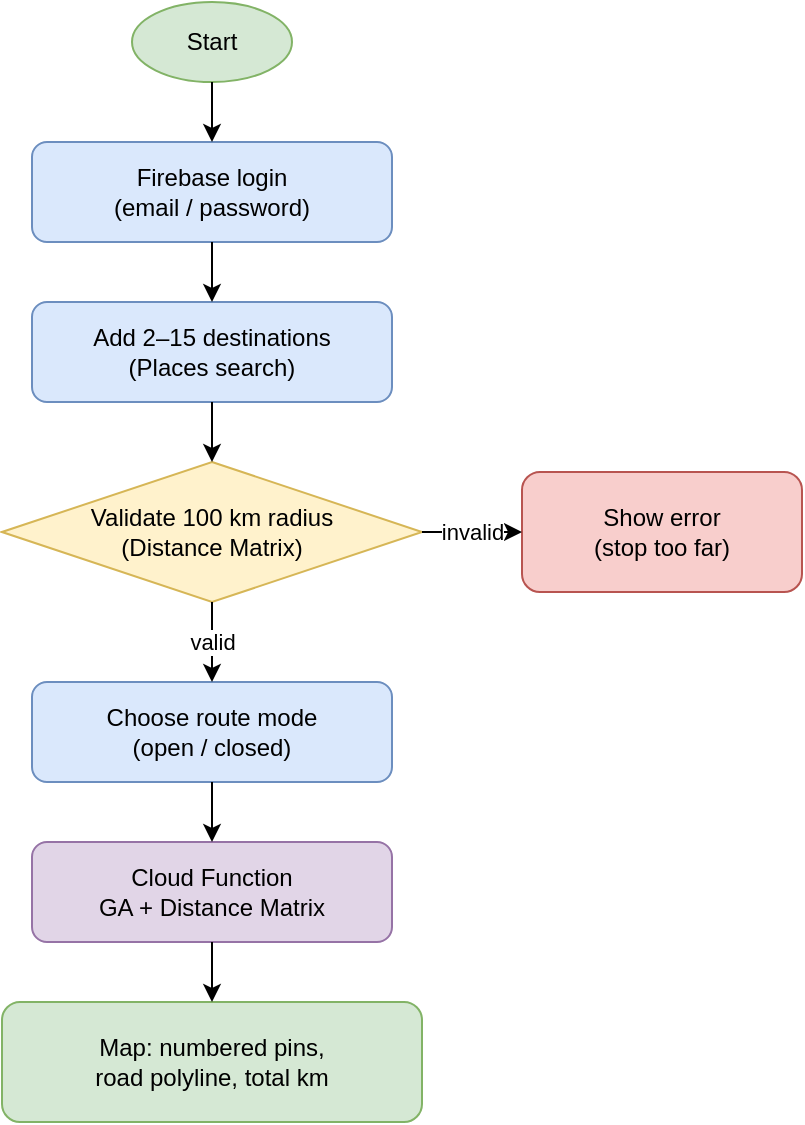
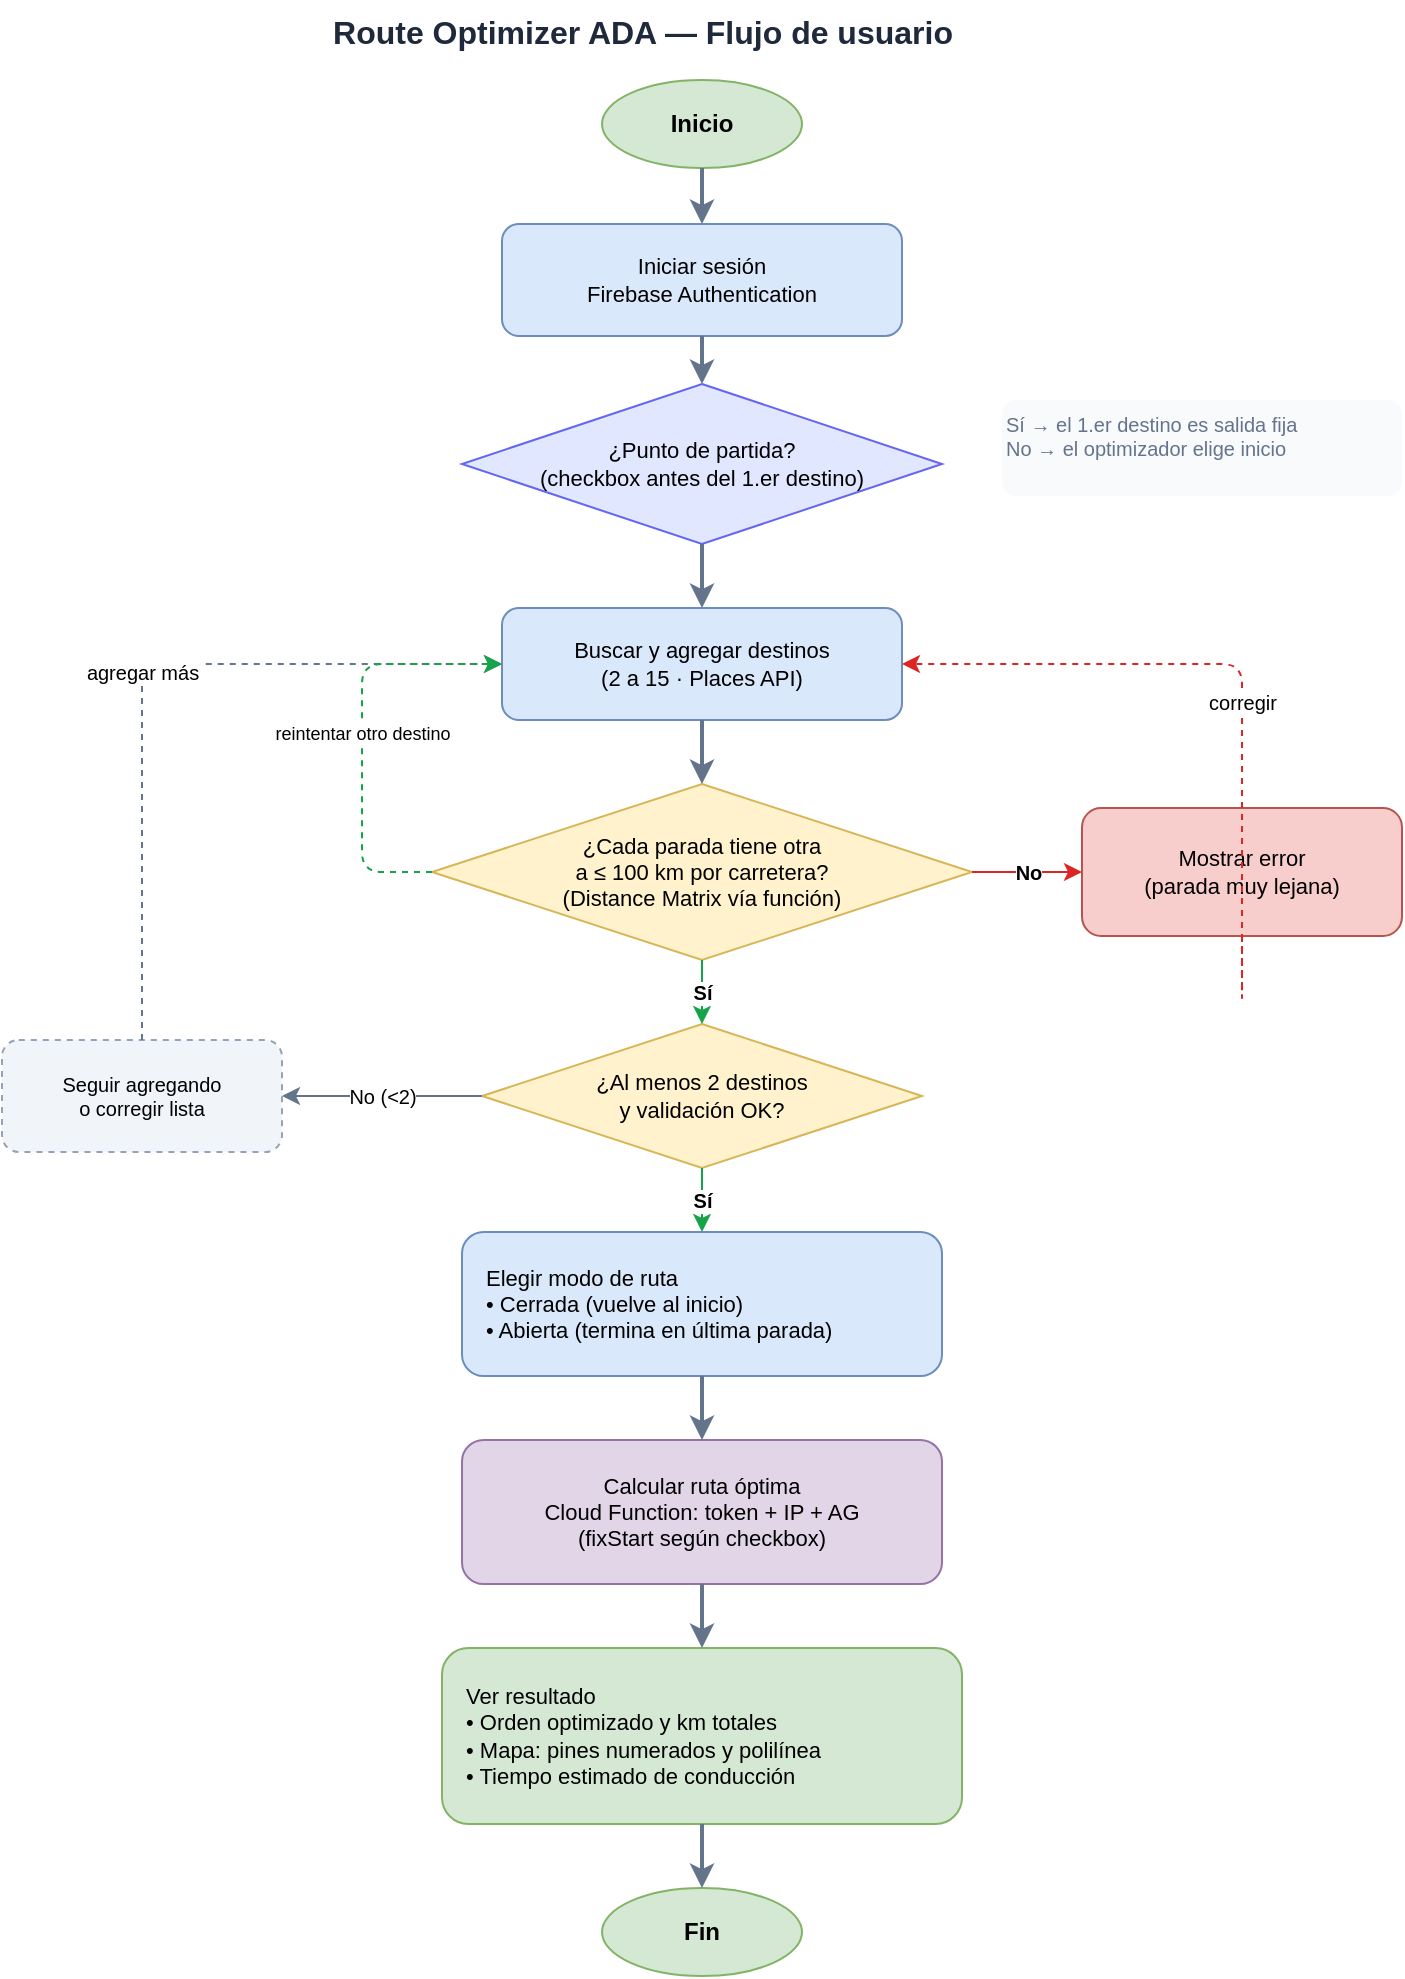
- <mxfile host="app.diagrams.net" agent="Route Optimizer ADA" version="22.1.0">
-   <diagram id="user-flow" name="User flow">
-     <mxGraphModel dx="1100" dy="700" grid="1" gridSize="10" guides="1" tooltips="1" connect="1" arrows="1" fold="1" page="1" pageScale="1" pageWidth="850" pageHeight="1100" math="0" shadow="0">
+ <mxfile host="app.diagrams.net" agent="Route Optimizer ADA" version="22.1.0" type="device">
+   <diagram id="user-flow" name="Flujo de usuario">
+     <mxGraphModel dx="1100" dy="800" grid="1" gridSize="10" guides="1" tooltips="1" connect="1" arrows="1" fold="1" page="1" pageScale="1" pageWidth="900" pageHeight="1200" math="0" shadow="0">
      <root>
        <mxCell id="0" />
        <mxCell id="1" parent="0" />
-         <mxCell id="start" value="Start" style="ellipse;whiteSpace=wrap;html=1;fillColor=#d5e8d4;strokeColor=#82b366;" vertex="1" parent="1">
-           <mxGeometry x="365" y="20" width="80" height="40" as="geometry" />
+         <mxCell id="title" value="Route Optimizer ADA — Flujo de usuario" style="text;html=1;strokeColor=none;fillColor=none;align=center;verticalAlign=middle;fontSize=16;fontStyle=1;fontColor=#1e293b;" vertex="1" parent="1">
+           <mxGeometry x="200" y="16" width="400" height="32" as="geometry" />
        </mxCell>
-         <mxCell id="login" value="Firebase login&#xa;(email / password)" style="rounded=1;whiteSpace=wrap;html=1;fillColor=#dae8fc;strokeColor=#6c8ebf;" vertex="1" parent="1">
-           <mxGeometry x="315" y="90" width="180" height="50" as="geometry" />
+         <mxCell id="start" value="Inicio" style="ellipse;whiteSpace=wrap;html=1;fillColor=#d5e8d4;strokeColor=#82b366;fontStyle=1;fontSize=12;" vertex="1" parent="1">
+           <mxGeometry x="380" y="56" width="100" height="44" as="geometry" />
        </mxCell>
-         <mxCell id="dest" value="Add 2–15 destinations&#xa;(Places search)" style="rounded=1;whiteSpace=wrap;html=1;fillColor=#dae8fc;strokeColor=#6c8ebf;" vertex="1" parent="1">
-           <mxGeometry x="315" y="170" width="180" height="50" as="geometry" />
+         <mxCell id="login" value="Iniciar sesión&#xa;Firebase Authentication" style="rounded=1;whiteSpace=wrap;html=1;fillColor=#dae8fc;strokeColor=#6c8ebf;fontSize=11;" vertex="1" parent="1">
+           <mxGeometry x="330" y="128" width="200" height="56" as="geometry" />
        </mxCell>
-         <mxCell id="radius" value="Validate 100 km radius&#xa;(Distance Matrix)" style="rhombus;whiteSpace=wrap;html=1;fillColor=#fff2cc;strokeColor=#d6b656;" vertex="1" parent="1">
-           <mxGeometry x="300" y="250" width="210" height="70" as="geometry" />
+         <mxCell id="fixstart" value="¿Punto de partida?&#xa;(checkbox antes del 1.er destino)" style="rhombus;whiteSpace=wrap;html=1;fillColor=#e0e7ff;strokeColor=#6366f1;fontSize=11;" vertex="1" parent="1">
+           <mxGeometry x="310" y="208" width="240" height="80" as="geometry" />
        </mxCell>
-         <mxCell id="reject" value="Show error&#xa;(stop too far)" style="rounded=1;whiteSpace=wrap;html=1;fillColor=#f8cecc;strokeColor=#b85450;" vertex="1" parent="1">
-           <mxGeometry x="560" y="255" width="140" height="60" as="geometry" />
+         <mxCell id="fixstart_note" value="Sí → el 1.er destino es salida fija&#xa;No → el optimizador elige inicio" style="text;html=1;strokeColor=none;fillColor=#f8fafc;align=left;fontSize=10;fontColor=#64748b;rounded=1;" vertex="1" parent="1">
+           <mxGeometry x="580" y="216" width="200" height="48" as="geometry" />
        </mxCell>
-         <mxCell id="mode" value="Choose route mode&#xa;(open / closed)" style="rounded=1;whiteSpace=wrap;html=1;fillColor=#dae8fc;strokeColor=#6c8ebf;" vertex="1" parent="1">
-           <mxGeometry x="315" y="360" width="180" height="50" as="geometry" />
+         <mxCell id="dest" value="Buscar y agregar destinos&#xa;(2 a 15 · Places API)" style="rounded=1;whiteSpace=wrap;html=1;fillColor=#dae8fc;strokeColor=#6c8ebf;fontSize=11;" vertex="1" parent="1">
+           <mxGeometry x="330" y="320" width="200" height="56" as="geometry" />
        </mxCell>
-         <mxCell id="calc" value="Cloud Function&#xa;GA + Distance Matrix" style="rounded=1;whiteSpace=wrap;html=1;fillColor=#e1d5e7;strokeColor=#9673a6;" vertex="1" parent="1">
-           <mxGeometry x="315" y="440" width="180" height="50" as="geometry" />
+         <mxCell id="radius" value="¿Cada parada tiene otra&#xa;a ≤ 100 km por carretera?&#xa;(Distance Matrix vía función)" style="rhombus;whiteSpace=wrap;html=1;fillColor=#fff2cc;strokeColor=#d6b656;fontSize=11;" vertex="1" parent="1">
+           <mxGeometry x="295" y="408" width="270" height="88" as="geometry" />
        </mxCell>
-         <mxCell id="view" value="Map: numbered pins,&#xa;road polyline, total km" style="rounded=1;whiteSpace=wrap;html=1;fillColor=#d5e8d4;strokeColor=#82b366;" vertex="1" parent="1">
-           <mxGeometry x="300" y="520" width="210" height="60" as="geometry" />
+         <mxCell id="reject" value="Mostrar error&#xa;(parada muy lejana)" style="rounded=1;whiteSpace=wrap;html=1;fillColor=#f8cecc;strokeColor=#b85450;fontSize=11;" vertex="1" parent="1">
+           <mxGeometry x="620" y="420" width="160" height="64" as="geometry" />
        </mxCell>
-         <mxCell id="e1" style="edgeStyle=orthogonalEdgeStyle;rounded=0;orthogonalLoop=1;jettySize=auto;html=1;" edge="1" parent="1" source="start" target="login">
+         <mxCell id="ready" value="¿Al menos 2 destinos&#xa;y validación OK?" style="rhombus;whiteSpace=wrap;html=1;fillColor=#fff2cc;strokeColor=#d6b656;fontSize=11;" vertex="1" parent="1">
+           <mxGeometry x="320" y="528" width="220" height="72" as="geometry" />
+         </mxCell>
+         <mxCell id="mode" value="Elegir modo de ruta&#xa;• Cerrada (vuelve al inicio)&#xa;• Abierta (termina en última parada)" style="rounded=1;whiteSpace=wrap;html=1;fillColor=#dae8fc;strokeColor=#6c8ebf;fontSize=11;align=left;spacingLeft=10;" vertex="1" parent="1">
+           <mxGeometry x="310" y="632" width="240" height="72" as="geometry" />
+         </mxCell>
+         <mxCell id="calc" value="Calcular ruta óptima&#xa;Cloud Function: token + IP + AG&#xa;(fixStart según checkbox)" style="rounded=1;whiteSpace=wrap;html=1;fillColor=#e1d5e7;strokeColor=#9673a6;fontSize=11;" vertex="1" parent="1">
+           <mxGeometry x="310" y="736" width="240" height="72" as="geometry" />
+         </mxCell>
+         <mxCell id="view" value="Ver resultado&#xa;• Orden optimizado y km totales&#xa;• Mapa: pines numerados y polilínea&#xa;• Tiempo estimado de conducción" style="rounded=1;whiteSpace=wrap;html=1;fillColor=#d5e8d4;strokeColor=#82b366;fontSize=11;align=left;spacingLeft=10;" vertex="1" parent="1">
+           <mxGeometry x="300" y="840" width="260" height="88" as="geometry" />
+         </mxCell>
+         <mxCell id="end" value="Fin" style="ellipse;whiteSpace=wrap;html=1;fillColor=#d5e8d4;strokeColor=#82b366;fontStyle=1;fontSize=12;" vertex="1" parent="1">
+           <mxGeometry x="380" y="960" width="100" height="44" as="geometry" />
+         </mxCell>
+         <mxCell id="wait" value="Seguir agregando&#xa;o corregir lista" style="rounded=1;whiteSpace=wrap;html=1;fillColor=#f1f5f9;strokeColor=#94a3b8;fontSize=10;dashed=1;" vertex="1" parent="1">
+           <mxGeometry x="80" y="536" width="140" height="56" as="geometry" />
+         </mxCell>
+         <mxCell id="e1" style="edgeStyle=orthogonalEdgeStyle;rounded=1;html=1;strokeWidth=2;strokeColor=#64748b;" edge="1" parent="1" source="start" target="login">
          <mxGeometry relative="1" as="geometry" />
        </mxCell>
-         <mxCell id="e2" style="edgeStyle=orthogonalEdgeStyle;rounded=0;orthogonalLoop=1;jettySize=auto;html=1;" edge="1" parent="1" source="login" target="dest">
+         <mxCell id="e2" style="edgeStyle=orthogonalEdgeStyle;rounded=1;html=1;strokeWidth=2;strokeColor=#64748b;" edge="1" parent="1" source="login" target="fixstart">
          <mxGeometry relative="1" as="geometry" />
        </mxCell>
-         <mxCell id="e3" style="edgeStyle=orthogonalEdgeStyle;rounded=0;orthogonalLoop=1;jettySize=auto;html=1;" edge="1" parent="1" source="dest" target="radius">
+         <mxCell id="e3" style="edgeStyle=orthogonalEdgeStyle;rounded=1;html=1;strokeWidth=2;strokeColor=#64748b;" edge="1" parent="1" source="fixstart" target="dest">
          <mxGeometry relative="1" as="geometry" />
        </mxCell>
-         <mxCell id="e4" value="invalid" style="edgeStyle=orthogonalEdgeStyle;rounded=0;orthogonalLoop=1;jettySize=auto;html=1;" edge="1" parent="1" source="radius" target="reject">
+         <mxCell id="e4" style="edgeStyle=orthogonalEdgeStyle;rounded=1;html=1;strokeWidth=2;strokeColor=#64748b;" edge="1" parent="1" source="dest" target="radius">
          <mxGeometry relative="1" as="geometry" />
        </mxCell>
-         <mxCell id="e5" value="valid" style="edgeStyle=orthogonalEdgeStyle;rounded=0;orthogonalLoop=1;jettySize=auto;html=1;" edge="1" parent="1" source="radius" target="mode">
+         <mxCell id="e5" value="No" style="edgeStyle=orthogonalEdgeStyle;rounded=1;html=1;strokeColor=#dc2626;fontSize=10;fontStyle=1;" edge="1" parent="1" source="radius" target="reject">
          <mxGeometry relative="1" as="geometry" />
        </mxCell>
-         <mxCell id="e6" style="edgeStyle=orthogonalEdgeStyle;rounded=0;orthogonalLoop=1;jettySize=auto;html=1;" edge="1" parent="1" source="mode" target="calc">
+         <mxCell id="e6" value="Sí" style="edgeStyle=orthogonalEdgeStyle;rounded=1;html=1;strokeColor=#16a34a;fontSize=10;fontStyle=1;" edge="1" parent="1" source="radius" target="ready">
          <mxGeometry relative="1" as="geometry" />
        </mxCell>
-         <mxCell id="e7" style="edgeStyle=orthogonalEdgeStyle;rounded=0;orthogonalLoop=1;jettySize=auto;html=1;" edge="1" parent="1" source="calc" target="view">
+         <mxCell id="e7" value="corregir" style="edgeStyle=orthogonalEdgeStyle;rounded=1;html=1;dashed=1;strokeColor=#dc2626;fontSize=10;exitX=0.5;exitY=1;exitDx=0;exitDy=0;entryX=1;entryY=0.5;entryDx=0;entryDy=0;" edge="1" parent="1" source="reject" target="dest">
+           <mxGeometry relative="1" as="geometry">
+             <Array as="points">
+               <mxPoint x="700" y="520" />
+               <mxPoint x="700" y="348" />
+             </Array>
+           </mxGeometry>
+         </mxCell>
+         <mxCell id="e8" value="No (&lt;2)" style="edgeStyle=orthogonalEdgeStyle;rounded=1;html=1;strokeColor=#64748b;fontSize=10;" edge="1" parent="1" source="ready" target="wait">
          <mxGeometry relative="1" as="geometry" />
+         </mxCell>
+         <mxCell id="e9" value="Sí" style="edgeStyle=orthogonalEdgeStyle;rounded=1;html=1;strokeColor=#16a34a;fontSize=10;fontStyle=1;" edge="1" parent="1" source="ready" target="mode">
+           <mxGeometry relative="1" as="geometry" />
+         </mxCell>
+         <mxCell id="e10" value="agregar más" style="edgeStyle=orthogonalEdgeStyle;rounded=1;html=1;dashed=1;strokeColor=#64748b;fontSize=10;" edge="1" parent="1" source="wait" target="dest">
+           <mxGeometry relative="1" as="geometry">
+             <Array as="points">
+               <mxPoint x="150" y="348" />
+             </Array>
+           </mxGeometry>
+         </mxCell>
+         <mxCell id="e11" style="edgeStyle=orthogonalEdgeStyle;rounded=1;html=1;strokeWidth=2;strokeColor=#64748b;" edge="1" parent="1" source="mode" target="calc">
+           <mxGeometry relative="1" as="geometry" />
+         </mxCell>
+         <mxCell id="e12" style="edgeStyle=orthogonalEdgeStyle;rounded=1;html=1;strokeWidth=2;strokeColor=#64748b;" edge="1" parent="1" source="calc" target="view">
+           <mxGeometry relative="1" as="geometry" />
+         </mxCell>
+         <mxCell id="e13" style="edgeStyle=orthogonalEdgeStyle;rounded=1;html=1;strokeWidth=2;strokeColor=#64748b;" edge="1" parent="1" source="view" target="end">
+           <mxGeometry relative="1" as="geometry" />
+         </mxCell>
+         <mxCell id="e14" value="reintentar otro destino" style="edgeStyle=orthogonalEdgeStyle;rounded=1;html=1;dashed=1;strokeColor=#16a34a;fontSize=9;" edge="1" parent="1" source="radius" target="dest">
+           <mxGeometry relative="1" as="geometry">
+             <Array as="points">
+               <mxPoint x="260" y="452" />
+               <mxPoint x="260" y="348" />
+             </Array>
+           </mxGeometry>
        </mxCell>
      </root>
    </mxGraphModel>
  </diagram>
</mxfile>
